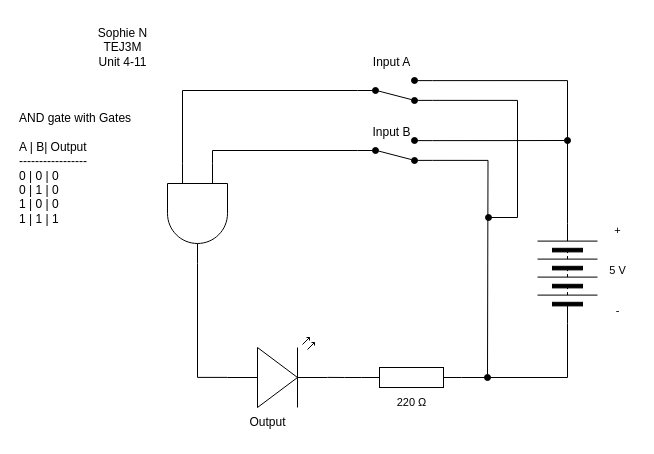
Before: unit4-11/4-11diagram.drawio in sophie-nguyen-0/TEJ3M-Unit4, a draw.io diagram. Source tidied: cells renumbered, new cells numbered last; positions are measured from the earlier drawing's top-left corner, leaving out a move shared by most shapes. Both pictures are drawn from the tidied source at 100%, with x=0, y=0 at pixel (17, 17).
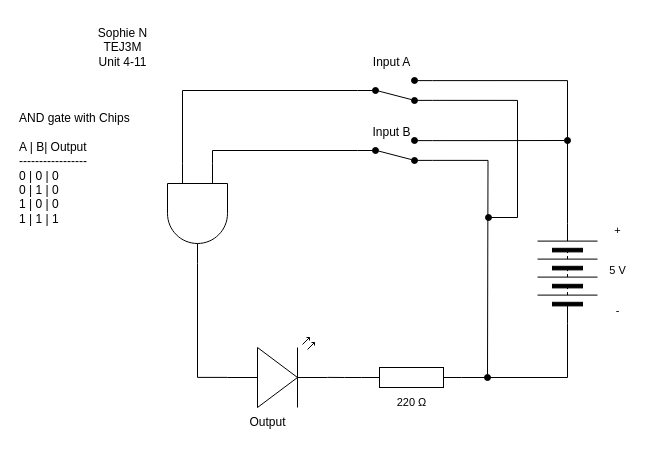
The same diagram, later.

What changed in the source:
```diff
@@
-    <mxCell id="18" value="AND gate with Gates&lt;div&gt;&lt;br&gt;&lt;/div&gt;&lt;div&gt;A | B| Output&lt;/div&gt;&lt;div&gt;-----------------&lt;/div&gt;&lt;div&gt;0 | 0 | 0&lt;/div&gt;&lt;div&gt;0 | 1 | 0&lt;/div&gt;&lt;div&gt;1 | 0 | 0&lt;/div&gt;&lt;div&gt;1 | 1 | 1&lt;/div&gt;" style="text;html=1;align=left;verticalAlign=middle;strokeColor=none;fillColor=none;" parent="1" vertex="1">
+    <mxCell id="18" value="AND gate with Chips&lt;div&gt;&lt;br&gt;&lt;/div&gt;&lt;div&gt;A | B| Output&lt;/div&gt;&lt;div&gt;-----------------&lt;/div&gt;&lt;div&gt;0 | 0 | 0&lt;/div&gt;&lt;div&gt;0 | 1 | 0&lt;/div&gt;&lt;div&gt;1 | 0 | 0&lt;/div&gt;&lt;div&gt;1 | 1 | 1&lt;/div&gt;" style="text;html=1;align=left;verticalAlign=middle;strokeColor=none;fillColor=none;" parent="1" vertex="1">
       <mxGeometry y="86" width="140" height="130" as="geometry" />
     </mxCell>
```
